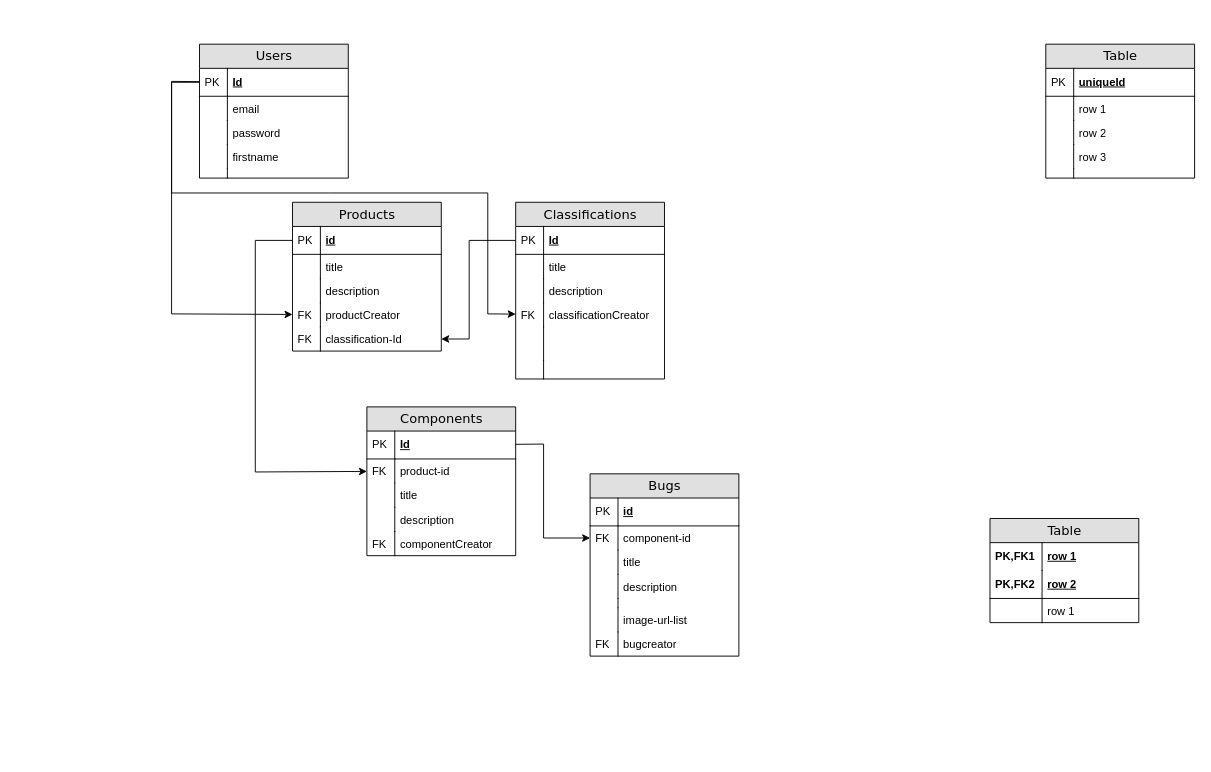
samuelsalomonv/diagrams keeps this draw.io diagram as react-course-by-colt-from-sam/bugzilla-entity-relationship.drawio. Above is the earlier version. Source tidied: cells renumbered, new cells numbered last; positions are measured from the earlier drawing's top-left corner, leaving out a move shared by most shapes. Both pictures are drawn from the tidied source at 93%, with x=0, y=0 at pixel (171, 44).
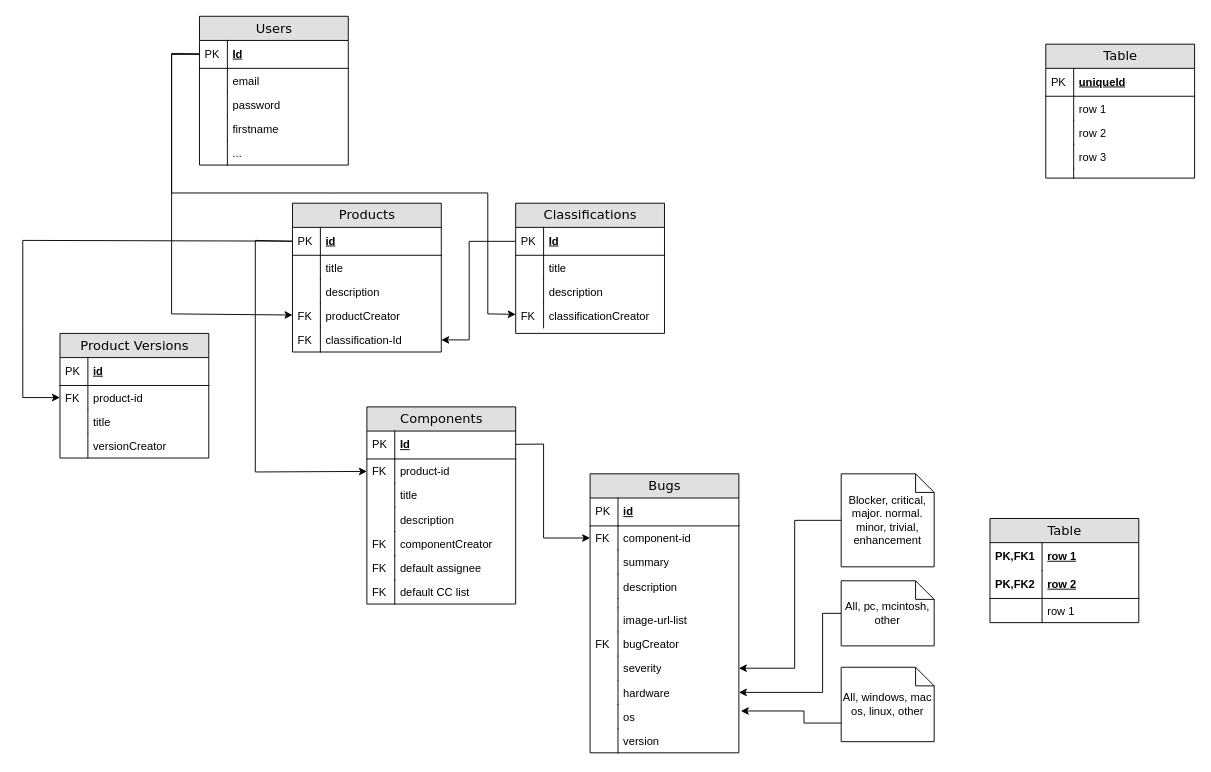
The same page after the edit.

The change refers to these unchanged cells:
```xml
<mxCell id="3" value="Id" style="shape=partialRectangle;top=0;left=0;right=0;bottom=1;html=1;align=left;verticalAlign=middle;fillColor=none;spacingLeft=34;spacingRight=4;whiteSpace=wrap;overflow=hidden;points=[[0,0.5],[1,0.5]];portConstraint=eastwest;fontStyle=5;" parent="2" vertex="1">
  <mxGeometry y="26" width="160" height="30" as="geometry" />
</mxCell>
<mxCell id="14" value="Id" style="shape=partialRectangle;top=0;left=0;right=0;bottom=1;html=1;align=left;verticalAlign=middle;fillColor=none;spacingLeft=34;spacingRight=4;whiteSpace=wrap;overflow=hidden;points=[[0,0.5],[1,0.5]];portConstraint=eastwest;fontStyle=5;" parent="13" vertex="1">
  <mxGeometry y="26" width="160" height="30" as="geometry" />
</mxCell>
<mxCell id="20" value="classificationCreator" style="shape=partialRectangle;top=0;left=0;right=0;bottom=0;html=1;align=left;verticalAlign=top;fillColor=none;spacingLeft=34;spacingRight=4;whiteSpace=wrap;overflow=hidden;points=[[0,0.5],[1,0.5]];portConstraint=eastwest;" parent="13" vertex="1">
  <mxGeometry y="108" width="160" height="26" as="geometry" />
</mxCell>
<mxCell id="45" value="id" style="shape=partialRectangle;top=0;left=0;right=0;bottom=1;html=1;align=left;verticalAlign=middle;fillColor=none;spacingLeft=34;spacingRight=4;whiteSpace=wrap;overflow=hidden;points=[[0,0.5],[1,0.5]];portConstraint=eastwest;fontStyle=5;" parent="44" vertex="1">
  <mxGeometry y="26" width="160" height="30" as="geometry" />
</mxCell>
<mxCell id="51" value="productCreator" style="shape=partialRectangle;top=0;left=0;right=0;bottom=0;html=1;align=left;verticalAlign=top;fillColor=none;spacingLeft=34;spacingRight=4;whiteSpace=wrap;overflow=hidden;points=[[0,0.5],[1,0.5]];portConstraint=eastwest;" parent="44" vertex="1">
  <mxGeometry y="108" width="160" height="26" as="geometry" />
</mxCell>
<mxCell id="53" value="classification-&lt;span style=&quot;background-color: transparent; color: light-dark(rgb(0, 0, 0), rgb(255, 255, 255));&quot;&gt;Id&lt;/span&gt;" style="shape=partialRectangle;top=0;left=0;right=0;bottom=0;html=1;align=left;verticalAlign=top;fillColor=none;spacingLeft=34;spacingRight=4;whiteSpace=wrap;overflow=hidden;points=[[0,0.5],[1,0.5]];portConstraint=eastwest;" parent="44" vertex="1">
  <mxGeometry y="134" width="160" height="26" as="geometry" />
</mxCell>
```

The edit, as a diff of the source:
```diff
@@
     <mxCell id="2" value="Users" style="swimlane;html=1;fontStyle=0;horizontal=1;startSize=26;fillColor=#e0e0e0;swimlaneFillColor=#ffffff;align=center;rounded=0;shadow=0;comic=0;labelBackgroundColor=none;strokeWidth=1;fontFamily=Verdana;fontSize=14;swimlaneLine=1;" parent="1" vertex="1">
-      <mxGeometry x="30" width="160" height="144" as="geometry" />
+      <mxGeometry x="30" y="-30" width="160" height="160" as="geometry" />
     </mxCell>
@@
-    <mxCell id="11" style="shape=partialRectangle;top=0;left=0;right=0;bottom=0;html=1;align=left;verticalAlign=top;fillColor=none;spacingLeft=34;spacingRight=4;whiteSpace=wrap;overflow=hidden;" parent="2" vertex="1">
-      <mxGeometry y="134" width="160" height="10" as="geometry" />
-    </mxCell>
-    <mxCell id="12" style="shape=partialRectangle;top=0;left=0;bottom=0;html=1;fillColor=none;align=left;verticalAlign=top;spacingLeft=4;spacingRight=4;whiteSpace=wrap;overflow=hidden;" parent="11" vertex="1">
-      <mxGeometry width="30" height="10" as="geometry" />
-    </mxCell>
+    <mxCell id="86" value="..." style="shape=partialRectangle;top=0;left=0;right=0;bottom=0;html=1;align=left;verticalAlign=top;fillColor=none;spacingLeft=34;spacingRight=4;whiteSpace=wrap;overflow=hidden;" parent="2" vertex="1">
+      <mxGeometry y="134" width="160" height="26" as="geometry" />
+    </mxCell>
+    <mxCell id="87" style="shape=partialRectangle;top=0;left=0;bottom=0;html=1;fillColor=none;align=left;verticalAlign=top;spacingLeft=4;spacingRight=4;whiteSpace=wrap;overflow=hidden;" parent="86" vertex="1">
+      <mxGeometry width="30" height="26" as="geometry" />
+    </mxCell>
     <mxCell id="13" value="Classifications" style="swimlane;html=1;fontStyle=0;horizontal=1;startSize=26;fillColor=#e0e0e0;swimlaneFillColor=#ffffff;align=center;rounded=0;shadow=0;comic=0;labelBackgroundColor=none;strokeWidth=1;fontFamily=Verdana;fontSize=14;" parent="1" vertex="1">
-      <mxGeometry x="370" y="170" width="160" height="190" as="geometry" />
+      <mxGeometry x="370" y="171" width="160" height="140" as="geometry" />
     </mxCell>
@@
-    <mxCell id="22" style="shape=partialRectangle;top=0;left=0;right=0;bottom=0;html=1;align=left;verticalAlign=top;fillColor=none;spacingLeft=34;spacingRight=4;whiteSpace=wrap;overflow=hidden;" parent="13" vertex="1">
-      <mxGeometry y="134" width="160" height="36" as="geometry" />
-    </mxCell>
-    <mxCell id="23" style="shape=partialRectangle;top=0;left=0;bottom=0;html=1;fillColor=none;align=left;verticalAlign=top;spacingLeft=4;spacingRight=4;whiteSpace=wrap;overflow=hidden;" parent="22" vertex="1">
-      <mxGeometry width="30" height="36" as="geometry" />
-    </mxCell>
-    <mxCell id="24" style="shape=partialRectangle;top=0;left=0;right=0;bottom=0;html=1;align=left;verticalAlign=top;fillColor=none;spacingLeft=34;spacingRight=4;whiteSpace=wrap;overflow=hidden;" parent="13" vertex="1">
-      <mxGeometry y="170" width="160" height="20" as="geometry" />
-    </mxCell>
-    <mxCell id="25" style="shape=partialRectangle;top=0;left=0;bottom=0;html=1;fillColor=none;align=left;verticalAlign=top;spacingLeft=4;spacingRight=4;whiteSpace=wrap;overflow=hidden;" parent="24" vertex="1">
-      <mxGeometry width="30" height="20" as="geometry" />
-    </mxCell>
@@
     <mxCell id="44" value="Products" style="swimlane;html=1;fontStyle=0;horizontal=1;startSize=26;fillColor=#e0e0e0;swimlaneFillColor=#ffffff;align=center;rounded=0;shadow=0;comic=0;labelBackgroundColor=none;strokeWidth=1;fontFamily=Verdana;fontSize=14;" parent="1" vertex="1">
-      <mxGeometry x="130" y="170" width="160" height="160" as="geometry" />
+      <mxGeometry x="130" y="171" width="160" height="160" as="geometry" />
     </mxCell>
@@
     <mxCell id="55" value="Components" style="swimlane;html=1;fontStyle=0;horizontal=1;startSize=26;fillColor=#e0e0e0;swimlaneFillColor=#ffffff;align=center;rounded=0;shadow=0;comic=0;labelBackgroundColor=none;strokeWidth=1;fontFamily=Verdana;fontSize=14;" parent="1" vertex="1">
-      <mxGeometry x="210" y="390" width="160" height="160" as="geometry" />
+      <mxGeometry x="210" y="390" width="160" height="212" as="geometry" />
     </mxCell>
@@
+    <mxCell id="88" value="default assignee" style="shape=partialRectangle;top=0;left=0;right=0;bottom=0;html=1;align=left;verticalAlign=top;fillColor=none;spacingLeft=34;spacingRight=4;whiteSpace=wrap;overflow=hidden;" parent="55" vertex="1">
+      <mxGeometry y="160" width="160" height="26" as="geometry" />
+    </mxCell>
+    <mxCell id="89" value="FK" style="shape=partialRectangle;top=0;left=0;bottom=0;html=1;fillColor=none;align=left;verticalAlign=top;spacingLeft=4;spacingRight=4;whiteSpace=wrap;overflow=hidden;" parent="88" vertex="1">
+      <mxGeometry width="30" height="26" as="geometry" />
+    </mxCell>
+    <mxCell id="90" value="default CC list" style="shape=partialRectangle;top=0;left=0;right=0;bottom=0;html=1;align=left;verticalAlign=top;fillColor=none;spacingLeft=34;spacingRight=4;whiteSpace=wrap;overflow=hidden;" parent="55" vertex="1">
+      <mxGeometry y="186" width="160" height="26" as="geometry" />
+    </mxCell>
+    <mxCell id="91" value="FK" style="shape=partialRectangle;top=0;left=0;bottom=0;html=1;fillColor=none;align=left;verticalAlign=top;spacingLeft=4;spacingRight=4;whiteSpace=wrap;overflow=hidden;" parent="90" vertex="1">
+      <mxGeometry width="30" height="26" as="geometry" />
+    </mxCell>
     <mxCell id="66" value="Bugs" style="swimlane;html=1;fontStyle=0;horizontal=1;startSize=26;fillColor=#e0e0e0;swimlaneFillColor=#ffffff;align=center;rounded=0;shadow=0;comic=0;labelBackgroundColor=none;strokeWidth=1;fontFamily=Verdana;fontSize=14;" parent="1" vertex="1">
-      <mxGeometry x="450" y="462" width="160" height="196" as="geometry" />
+      <mxGeometry x="450" y="462" width="160" height="300" as="geometry" />
     </mxCell>
@@
-    <mxCell id="71" value="title" style="shape=partialRectangle;top=0;left=0;right=0;bottom=0;html=1;align=left;verticalAlign=top;fillColor=none;spacingLeft=34;spacingRight=4;whiteSpace=wrap;overflow=hidden;" parent="66" vertex="1">
+    <mxCell id="71" value="summary" style="shape=partialRectangle;top=0;left=0;right=0;bottom=0;html=1;align=left;verticalAlign=top;fillColor=none;spacingLeft=34;spacingRight=4;whiteSpace=wrap;overflow=hidden;" parent="66" vertex="1">
       <mxGeometry y="82" width="160" height="26" as="geometry" />
     </mxCell>
@@
-    <mxCell id="79" value="bugcreator" style="shape=partialRectangle;top=0;left=0;right=0;bottom=0;html=1;align=left;verticalAlign=top;fillColor=none;spacingLeft=34;spacingRight=4;whiteSpace=wrap;overflow=hidden;" parent="66" vertex="1">
+    <mxCell id="79" value="bugCreator" style="shape=partialRectangle;top=0;left=0;right=0;bottom=0;html=1;align=left;verticalAlign=top;fillColor=none;spacingLeft=34;spacingRight=4;whiteSpace=wrap;overflow=hidden;" parent="66" vertex="1">
       <mxGeometry y="170" width="160" height="26" as="geometry" />
     </mxCell>
@@
+    <mxCell id="92" value="severity" style="shape=partialRectangle;top=0;left=0;right=0;bottom=0;html=1;align=left;verticalAlign=top;fillColor=none;spacingLeft=34;spacingRight=4;whiteSpace=wrap;overflow=hidden;points=[[0,0.5],[1,0.5]];portConstraint=eastwest;" parent="66" vertex="1">
+      <mxGeometry y="196" width="160" height="26" as="geometry" />
+    </mxCell>
+    <mxCell id="93" style="shape=partialRectangle;top=0;left=0;bottom=0;html=1;fillColor=none;align=left;verticalAlign=top;spacingLeft=4;spacingRight=4;whiteSpace=wrap;overflow=hidden;" parent="92" vertex="1">
+      <mxGeometry width="30" height="26" as="geometry" />
+    </mxCell>
+    <mxCell id="94" value="hardware" style="shape=partialRectangle;top=0;left=0;right=0;bottom=0;html=1;align=left;verticalAlign=top;fillColor=none;spacingLeft=34;spacingRight=4;whiteSpace=wrap;overflow=hidden;points=[[0,0.5],[1,0.5]];portConstraint=eastwest;" parent="66" vertex="1">
+      <mxGeometry y="222" width="160" height="26" as="geometry" />
+    </mxCell>
+    <mxCell id="95" style="shape=partialRectangle;top=0;left=0;bottom=0;html=1;fillColor=none;align=left;verticalAlign=top;spacingLeft=4;spacingRight=4;whiteSpace=wrap;overflow=hidden;" parent="94" vertex="1">
+      <mxGeometry width="30" height="26" as="geometry" />
+    </mxCell>
+    <mxCell id="96" value="os" style="shape=partialRectangle;top=0;left=0;right=0;bottom=0;html=1;align=left;verticalAlign=top;fillColor=none;spacingLeft=34;spacingRight=4;whiteSpace=wrap;overflow=hidden;points=[[0,0.5],[1,0.5]];portConstraint=eastwest;" parent="66" vertex="1">
+      <mxGeometry y="248" width="160" height="26" as="geometry" />
+    </mxCell>
+    <mxCell id="97" style="shape=partialRectangle;top=0;left=0;bottom=0;html=1;fillColor=none;align=left;verticalAlign=top;spacingLeft=4;spacingRight=4;whiteSpace=wrap;overflow=hidden;" parent="96" vertex="1">
+      <mxGeometry width="30" height="26" as="geometry" />
+    </mxCell>
+    <mxCell id="98" value="version" style="shape=partialRectangle;top=0;left=0;right=0;bottom=0;html=1;align=left;verticalAlign=top;fillColor=none;spacingLeft=34;spacingRight=4;whiteSpace=wrap;overflow=hidden;" parent="66" vertex="1">
+      <mxGeometry y="274" width="160" height="26" as="geometry" />
+    </mxCell>
+    <mxCell id="99" style="shape=partialRectangle;top=0;left=0;bottom=0;html=1;fillColor=none;align=left;verticalAlign=top;spacingLeft=4;spacingRight=4;whiteSpace=wrap;overflow=hidden;" parent="98" vertex="1">
+      <mxGeometry width="30" height="26" as="geometry" />
+    </mxCell>
     <mxCell id="81" style="endArrow=classic;html=1;rounded=0;" parent="1" edge="1" source="3" target="51">
       <mxGeometry relative="1" as="geometry">
         <Array as="points">
-          <mxPoint y="41" />
+          <mxPoint y="11" />
           <mxPoint y="290" />
         </Array>
       </mxGeometry>
     </mxCell>
     <mxCell id="82" style="endArrow=classic;html=1;rounded=0;entryX=1;entryY=0.5;entryDx=0;entryDy=0;exitX=0;exitY=0.5;exitDx=0;exitDy=0;" parent="1" edge="1" source="14" target="53">
       <mxGeometry relative="1" as="geometry">
         <Array as="points">
-          <mxPoint x="320" y="211" />
-          <mxPoint x="320" y="317" />
+          <mxPoint x="320" y="212" />
+          <mxPoint x="320" y="318" />
         </Array>
       </mxGeometry>
     </mxCell>
     <mxCell id="83" style="endArrow=classic;html=1;rounded=0;" parent="1" edge="1" source="3" target="20">
       <mxGeometry relative="1" as="geometry">
         <Array as="points">
-          <mxPoint y="40" />
+          <mxPoint y="10" />
           <mxPoint y="160" />
           <mxPoint x="170" y="160" />
           <mxPoint x="340" y="160" />
           <mxPoint x="340" y="190" />
           <mxPoint x="340" y="290" />
         </Array>
       </mxGeometry>
     </mxCell>
@@
+    <mxCell id="100" style="edgeStyle=orthogonalEdgeStyle;rounded=0;jettySize=auto;html=1;" parent="1" edge="1" source="101" target="92">
+      <mxGeometry relative="1" as="geometry">
+        <Array as="points">
+          <mxPoint x="670" y="512" />
+          <mxPoint x="670" y="671" />
+        </Array>
+      </mxGeometry>
+    </mxCell>
+    <mxCell id="101" value="Blocker, critical, major. normal. minor, trivial, enhancement" style="shape=note;size=20;whiteSpace=wrap;html=1;" parent="1" vertex="1">
+      <mxGeometry x="720" y="462" width="100" height="100" as="geometry" />
+    </mxCell>
+    <mxCell id="102" style="edgeStyle=orthogonalEdgeStyle;rounded=0;jettySize=auto;html=1;entryX=1;entryY=0.5;entryDx=0;entryDy=0;" parent="1" edge="1" source="103" target="94">
+      <mxGeometry relative="1" as="geometry">
+        <Array as="points">
+          <mxPoint x="700" y="612" />
+          <mxPoint x="700" y="697" />
+        </Array>
+      </mxGeometry>
+    </mxCell>
+    <mxCell id="103" value="All, pc, mcintosh, other" style="shape=note;size=20;whiteSpace=wrap;html=1;" parent="1" vertex="1">
+      <mxGeometry x="720" y="577" width="100" height="70" as="geometry" />
+    </mxCell>
+    <mxCell id="104" value="All, windows, mac os, linux, other" style="shape=note;size=20;whiteSpace=wrap;html=1;" parent="1" vertex="1">
+      <mxGeometry x="720" y="670" width="100" height="80" as="geometry" />
+    </mxCell>
+    <mxCell id="105" style="edgeStyle=orthogonalEdgeStyle;rounded=0;jettySize=auto;html=1;entryX=1.013;entryY=0.269;entryDx=0;entryDy=0;entryPerimeter=0;" parent="1" edge="1" source="104" target="96">
+      <mxGeometry relative="1" as="geometry">
+        <Array as="points">
+          <mxPoint x="680" y="730" />
+          <mxPoint x="680" y="717" />
+        </Array>
+      </mxGeometry>
+    </mxCell>
+    <mxCell id="106" value="Product Versions" style="swimlane;html=1;fontStyle=0;horizontal=1;startSize=26;fillColor=#e0e0e0;swimlaneFillColor=#ffffff;align=center;rounded=0;shadow=0;comic=0;labelBackgroundColor=none;strokeWidth=1;fontFamily=Verdana;fontSize=14;" parent="1" vertex="1">
+      <mxGeometry x="-120" y="311" width="160" height="134" as="geometry" />
+    </mxCell>
+    <mxCell id="107" value="id" style="shape=partialRectangle;top=0;left=0;right=0;bottom=1;html=1;align=left;verticalAlign=middle;fillColor=none;spacingLeft=34;spacingRight=4;whiteSpace=wrap;overflow=hidden;fontStyle=5;" parent="106" vertex="1">
+      <mxGeometry y="26" width="160" height="30" as="geometry" />
+    </mxCell>
+    <mxCell id="108" value="PK" style="shape=partialRectangle;top=0;left=0;bottom=0;html=1;fillColor=none;align=left;verticalAlign=middle;spacingLeft=4;spacingRight=4;whiteSpace=wrap;overflow=hidden;" parent="107" vertex="1">
+      <mxGeometry width="30" height="30" as="geometry" />
+    </mxCell>
+    <mxCell id="109" value="product-id" style="shape=partialRectangle;top=0;left=0;right=0;bottom=0;html=1;align=left;verticalAlign=top;fillColor=none;spacingLeft=34;spacingRight=4;whiteSpace=wrap;overflow=hidden;points=[[0,0.5],[1,0.5]];portConstraint=eastwest;" parent="106" vertex="1">
+      <mxGeometry y="56" width="160" height="26" as="geometry" />
+    </mxCell>
+    <mxCell id="110" value="FK" style="shape=partialRectangle;top=0;left=0;bottom=0;html=1;fillColor=none;align=left;verticalAlign=top;spacingLeft=4;spacingRight=4;whiteSpace=wrap;overflow=hidden;" parent="109" vertex="1">
+      <mxGeometry width="30" height="26" as="geometry" />
+    </mxCell>
+    <mxCell id="111" value="title" style="shape=partialRectangle;top=0;left=0;right=0;bottom=0;html=1;align=left;verticalAlign=top;fillColor=none;spacingLeft=34;spacingRight=4;whiteSpace=wrap;overflow=hidden;" parent="106" vertex="1">
+      <mxGeometry y="82" width="160" height="26" as="geometry" />
+    </mxCell>
+    <mxCell id="112" style="shape=partialRectangle;top=0;left=0;bottom=0;html=1;fillColor=none;align=left;verticalAlign=top;spacingLeft=4;spacingRight=4;whiteSpace=wrap;overflow=hidden;" parent="111" vertex="1">
+      <mxGeometry width="30" height="26" as="geometry" />
+    </mxCell>
+    <mxCell id="113" value="versionCreator" style="shape=partialRectangle;top=0;left=0;right=0;bottom=0;html=1;align=left;verticalAlign=top;fillColor=none;spacingLeft=34;spacingRight=4;whiteSpace=wrap;overflow=hidden;" parent="106" vertex="1">
+      <mxGeometry y="108" width="160" height="26" as="geometry" />
+    </mxCell>
+    <mxCell id="114" style="shape=partialRectangle;top=0;left=0;bottom=0;html=1;fillColor=none;align=left;verticalAlign=top;spacingLeft=4;spacingRight=4;whiteSpace=wrap;overflow=hidden;" parent="113" vertex="1">
+      <mxGeometry width="30" height="26" as="geometry" />
+    </mxCell>
+    <mxCell id="115" style="endArrow=classic;html=1;rounded=0;" parent="1" edge="1" source="45" target="109">
+      <mxGeometry relative="1" as="geometry">
+        <Array as="points">
+          <mxPoint x="-160" y="211" />
+          <mxPoint x="-160" y="300" />
+          <mxPoint x="-160" y="380" />
+        </Array>
+      </mxGeometry>
+    </mxCell>
```
